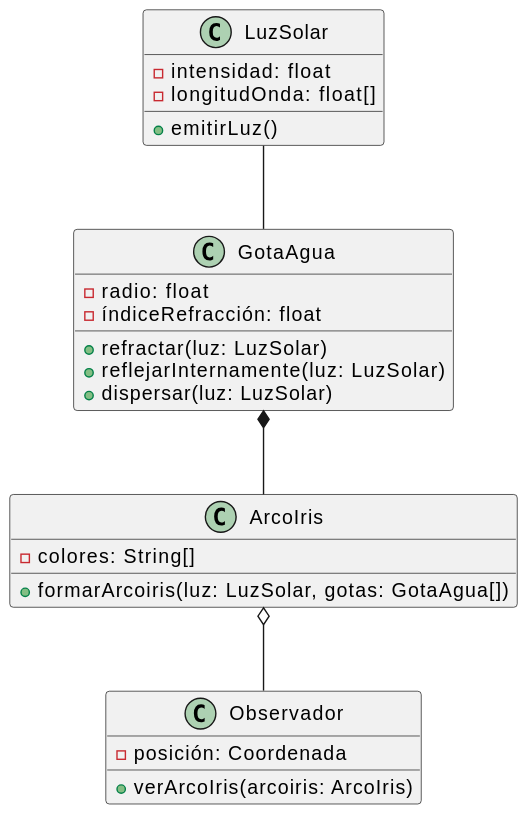
Above: entregas/saraPatino/ArcoirisClases.svg in mmasias/24-25-IdSw1 (PlantUML), before the change. Source of this version:
```plantuml
@startuml
class LuzSolar {
    - intensidad: float
    - longitudOnda: float[]
    + emitirLuz()
}

class GotaAgua {
    - radio: float
    - índiceRefracción: float
    + refractar(luz: LuzSolar)
    + reflejarInternamente(luz: LuzSolar)
    + dispersar(luz: LuzSolar)
}

class ArcoIris {
    - colores: String[]
    + formarArcoiris(luz: LuzSolar, gotas: GotaAgua[])
}

class Observador {
    - posición: Coordenada
    + verArcoIris(arcoiris: ArcoIris)
}

LuzSolar -- GotaAgua
GotaAgua *-- ArcoIris
ArcoIris o-- Observador
@enduml
```
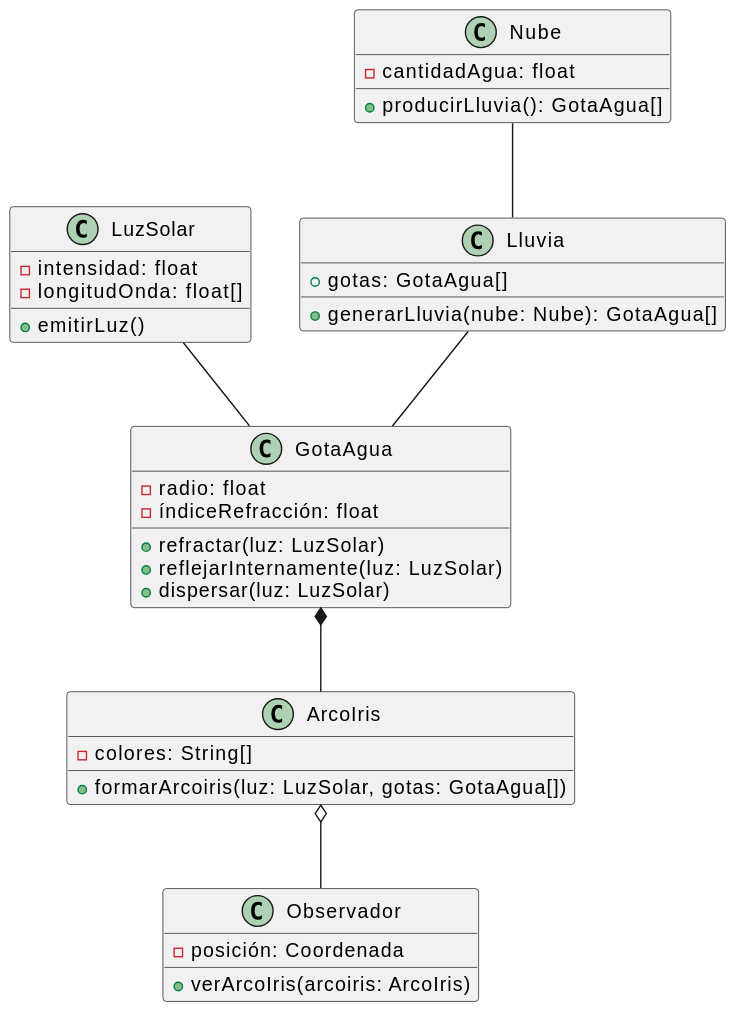
The same diagram one commit later.

What changed in the source:
```diff
@@ -13,6 +13,16 @@
     + dispersar(luz: LuzSolar)
 }
 
+class Nube {
+    - cantidadAgua: float
+    + producirLluvia(): GotaAgua[]
+}
+
+class Lluvia {
+    + gotas: GotaAgua[]
+    + generarLluvia(nube: Nube): GotaAgua[]
+}
+
 class ArcoIris {
     - colores: String[]
     + formarArcoiris(luz: LuzSolar, gotas: GotaAgua[])
@@ -23,7 +33,10 @@
     + verArcoIris(arcoiris: ArcoIris)
 }
 
+
 LuzSolar -- GotaAgua
 GotaAgua *-- ArcoIris
 ArcoIris o-- Observador
+Nube -- Lluvia
+Lluvia -- GotaAgua
 @enduml
```
